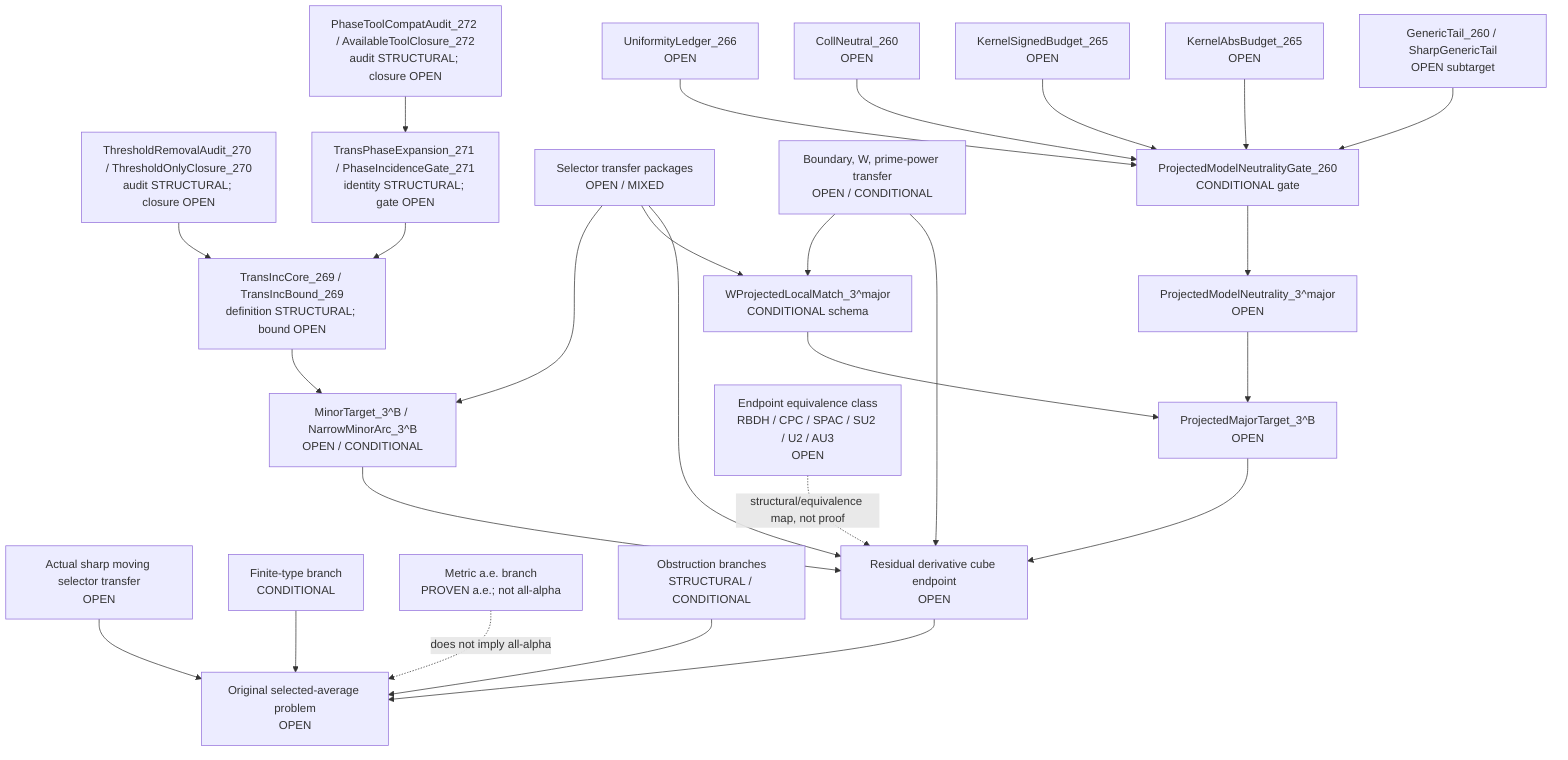
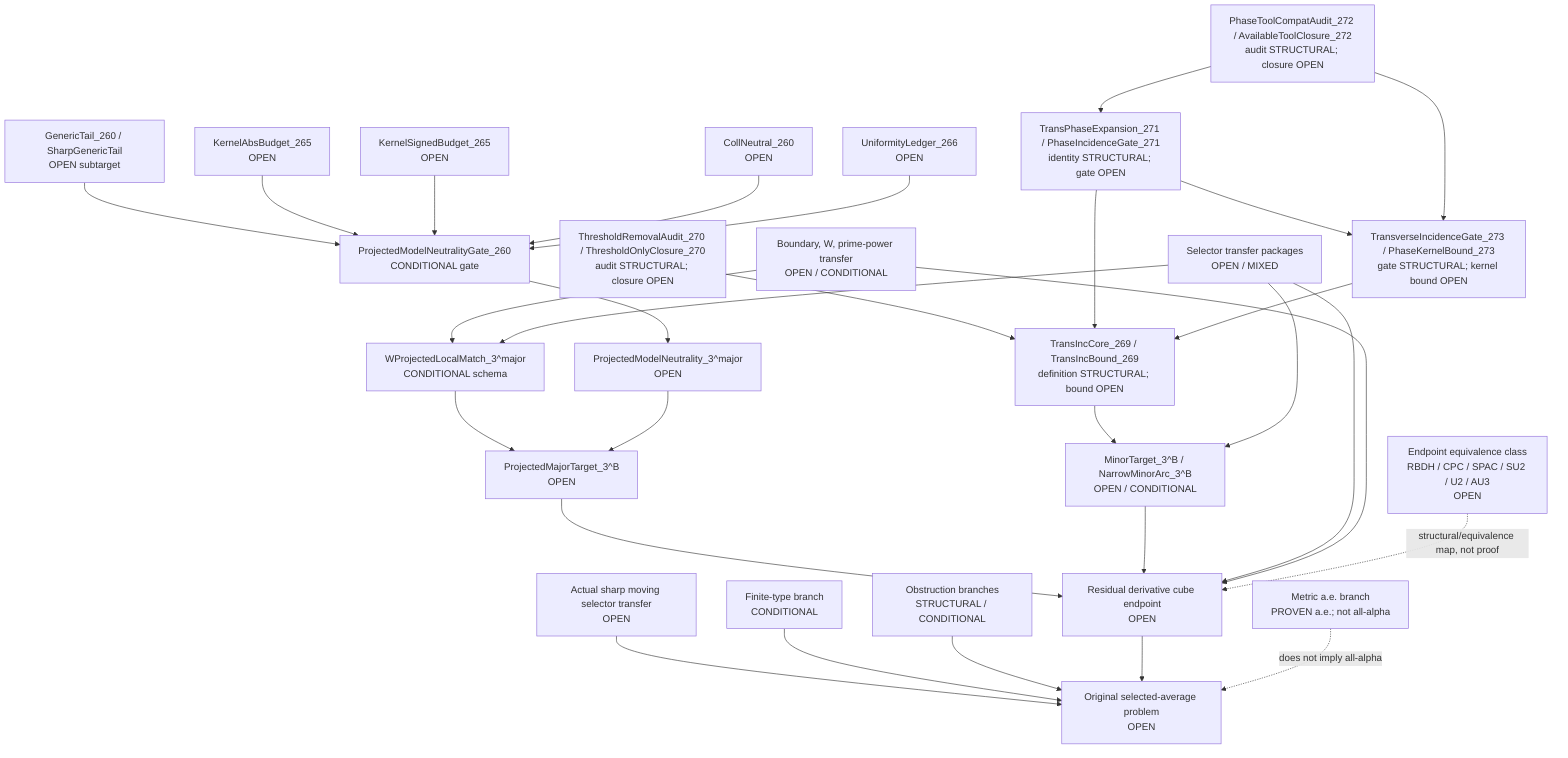
flowchart TD
  Original["Original selected-average problem<br/>OPEN"]
  SharpSel["Actual sharp moving selector transfer<br/>OPEN"]
  FiniteType["Finite-type branch<br/>CONDITIONAL"]
  Metric["Metric a.e. branch<br/>PROVEN a.e.; not all-alpha"]
  Obstruction["Obstruction branches<br/>STRUCTURAL / CONDITIONAL"]

  ResCube["Residual derivative cube endpoint<br/>OPEN"]
  MajorTarget["ProjectedMajorTarget_3^B<br/>OPEN"]
  MinorTarget["MinorTarget_3^B / NarrowMinorArc_3^B<br/>OPEN / CONDITIONAL"]
  TransInc["TransIncCore_269 / TransIncBound_269<br/>definition STRUCTURAL; bound OPEN"]
  ThresholdAudit["ThresholdRemovalAudit_270 / ThresholdOnlyClosure_270<br/>audit STRUCTURAL; closure OPEN"]
  PhaseExpansion["TransPhaseExpansion_271 / PhaseIncidenceGate_271<br/>identity STRUCTURAL; gate OPEN"]
  ToolCompat["PhaseToolCompatAudit_272 / AvailableToolClosure_272<br/>audit STRUCTURAL; closure OPEN"]
+   TransGate["TransverseIncidenceGate_273 / PhaseKernelBound_273<br/>gate STRUCTURAL; kernel bound OPEN"]
  SelectorTransfer["Selector transfer packages<br/>OPEN / MIXED"]
  BoundaryTransfer["Boundary, W, prime-power transfer<br/>OPEN / CONDITIONAL"]

  WLocal["WProjectedLocalMatch_3^major<br/>CONDITIONAL schema"]
  ModelNeutral["ProjectedModelNeutrality_3^major<br/>OPEN"]
  PMNGate["ProjectedModelNeutralityGate_260<br/>CONDITIONAL gate"]
  GenericTail["GenericTail_260 / SharpGenericTail<br/>OPEN subtarget"]
  KernelAbs["KernelAbsBudget_265<br/>OPEN"]
  KernelSigned["KernelSignedBudget_265<br/>OPEN"]
  CollNeutral["CollNeutral_260<br/>OPEN"]
  Uniformity["UniformityLedger_266<br/>OPEN"]

  EndpointClass["Endpoint equivalence class<br/>RBDH / CPC / SPAC / SU2 / U2 / AU3<br/>OPEN"]

  SharpSel --> Original
  FiniteType --> Original
  Obstruction --> Original
  ResCube --> Original
  Metric -. "does not imply all-alpha" .-> Original

  MajorTarget --> ResCube
  MinorTarget --> ResCube
  TransInc --> MinorTarget
  ThresholdAudit --> TransInc
  PhaseExpansion --> TransInc
  ToolCompat --> PhaseExpansion
+   TransGate --> TransInc
+   PhaseExpansion --> TransGate
+   ToolCompat --> TransGate
  SelectorTransfer --> ResCube
  BoundaryTransfer --> ResCube
  EndpointClass -. "structural/equivalence map, not proof" .-> ResCube

  WLocal --> MajorTarget
  ModelNeutral --> MajorTarget

  PMNGate --> ModelNeutral
  GenericTail --> PMNGate
  KernelAbs --> PMNGate
  KernelSigned --> PMNGate
  CollNeutral --> PMNGate
  Uniformity --> PMNGate

  BoundaryTransfer --> WLocal
  SelectorTransfer --> WLocal
  SelectorTransfer --> MinorTarget
